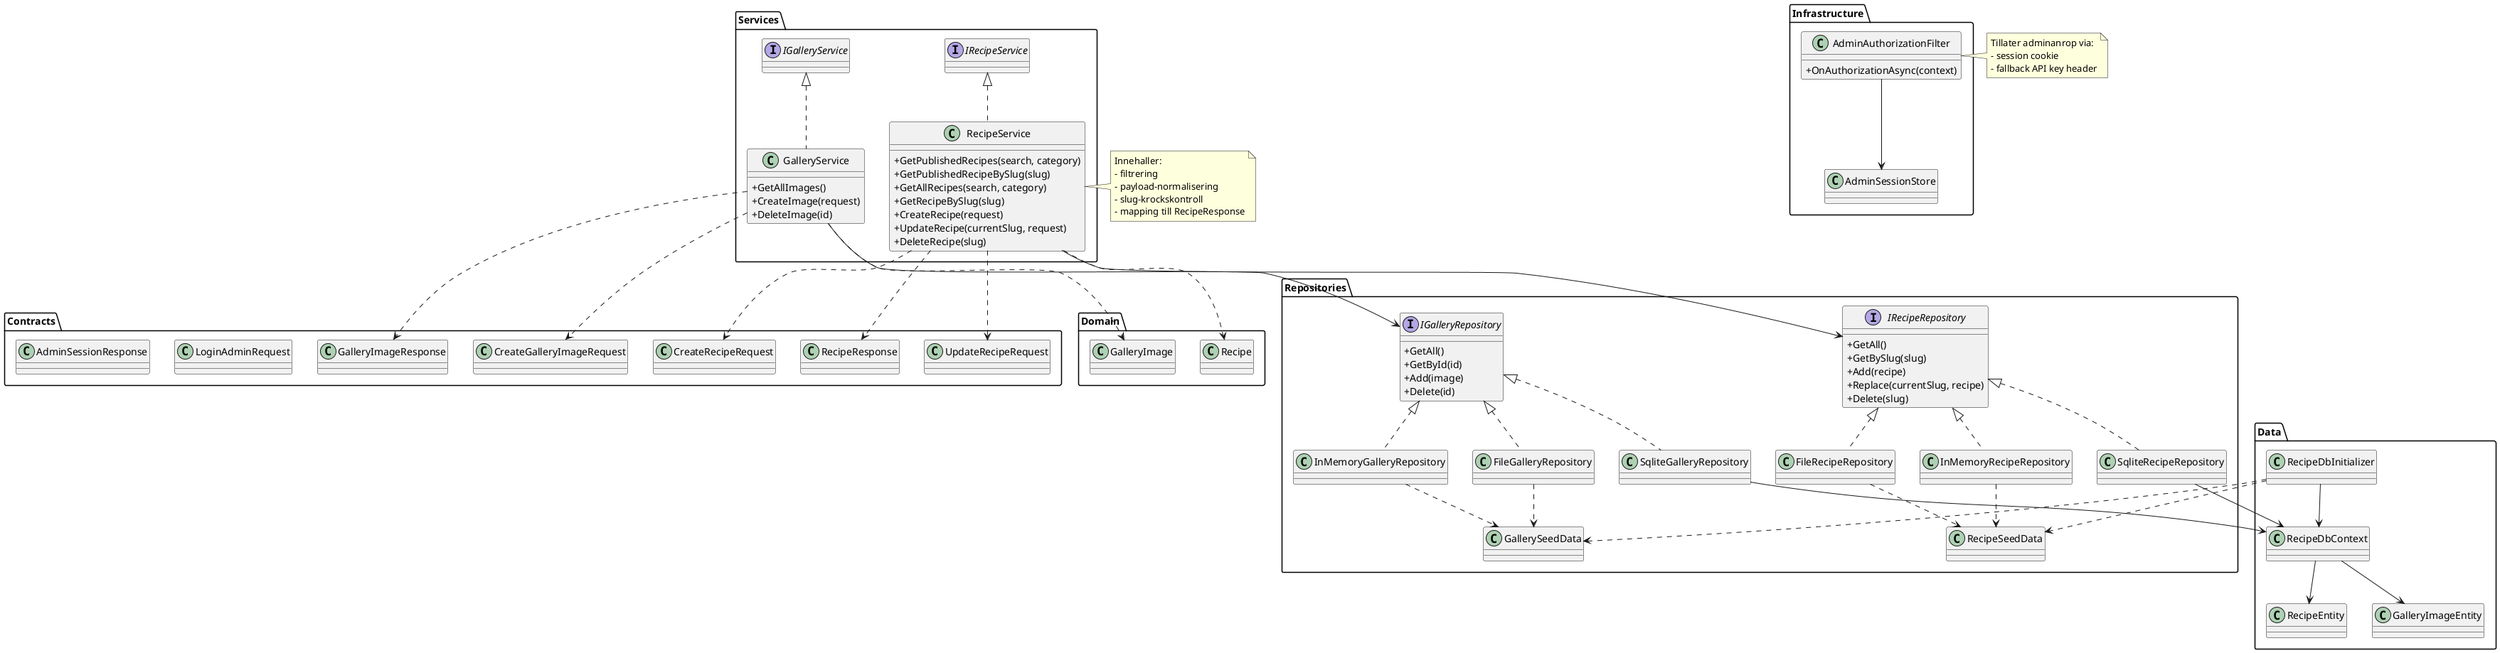
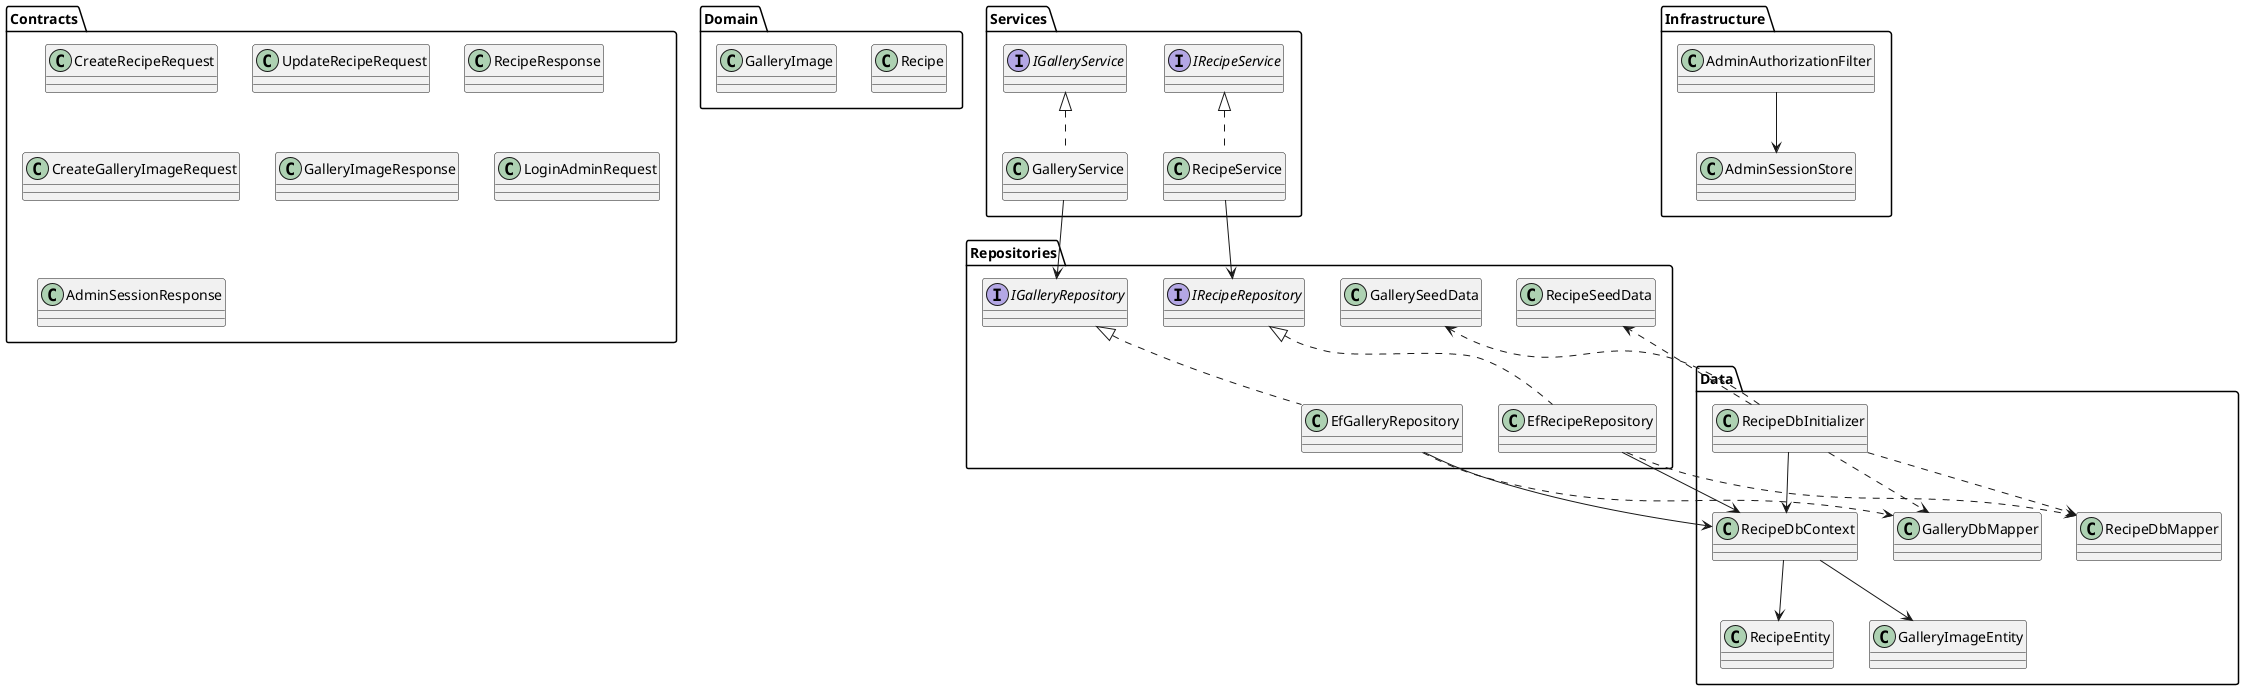
@startuml Backend class overview

skinparam classAttributeIconSize 0

package "Contracts" {
  class CreateRecipeRequest
  class UpdateRecipeRequest
  class RecipeResponse
  class CreateGalleryImageRequest
  class GalleryImageResponse
  class LoginAdminRequest
  class AdminSessionResponse
}

package "Domain" {
  class Recipe
  class GalleryImage
}

package "Services" {
  interface IRecipeService
-   class RecipeService {
-     +GetPublishedRecipes(search, category)
-     +GetPublishedRecipeBySlug(slug)
-     +GetAllRecipes(search, category)
-     +GetRecipeBySlug(slug)
-     +CreateRecipe(request)
-     +UpdateRecipe(currentSlug, request)
-     +DeleteRecipe(slug)
-   }
- 
+   class RecipeService
  interface IGalleryService
-   class GalleryService {
-     +GetAllImages()
-     +CreateImage(request)
-     +DeleteImage(id)
-   }
+   class GalleryService
}

package "Infrastructure" {
-   class AdminAuthorizationFilter {
-     +OnAuthorizationAsync(context)
-   }
+   class AdminAuthorizationFilter
  class AdminSessionStore
}

package "Repositories" {
-   interface IRecipeRepository {
-     +GetAll()
-     +GetBySlug(slug)
-     +Add(recipe)
-     +Replace(currentSlug, recipe)
-     +Delete(slug)
-   }
- 
-   class InMemoryRecipeRepository
-   class FileRecipeRepository
-   class SqliteRecipeRepository
+   interface IRecipeRepository
+   class EfRecipeRepository
  class RecipeSeedData

-   interface IGalleryRepository {
-     +GetAll()
-     +GetById(id)
-     +Add(image)
-     +Delete(id)
-   }
- 
-   class InMemoryGalleryRepository
-   class FileGalleryRepository
-   class SqliteGalleryRepository
+   interface IGalleryRepository
+   class EfGalleryRepository
  class GallerySeedData
}

package "Data" {
  class RecipeDbContext
  class RecipeDbInitializer
  class RecipeEntity
  class GalleryImageEntity
+   class RecipeDbMapper
+   class GalleryDbMapper
}

IRecipeService <|.. RecipeService
+ IGalleryService <|.. GalleryService
+ 
RecipeService --> IRecipeRepository
- RecipeService ..> CreateRecipeRequest
- RecipeService ..> UpdateRecipeRequest
- RecipeService ..> RecipeResponse
- RecipeService ..> Recipe
+ GalleryService --> IGalleryRepository

- IGalleryService <|.. GalleryService
- GalleryService --> IGalleryRepository
- GalleryService ..> CreateGalleryImageRequest
- GalleryService ..> GalleryImageResponse
- GalleryService ..> GalleryImage
+ IRecipeRepository <|.. EfRecipeRepository
+ IGalleryRepository <|.. EfGalleryRepository

- AdminAuthorizationFilter --> AdminSessionStore
+ EfRecipeRepository --> RecipeDbContext
+ EfGalleryRepository --> RecipeDbContext
+ EfRecipeRepository ..> RecipeDbMapper
+ EfGalleryRepository ..> GalleryDbMapper

- IRecipeRepository <|.. InMemoryRecipeRepository
- IRecipeRepository <|.. FileRecipeRepository
- IRecipeRepository <|.. SqliteRecipeRepository
- 
- IGalleryRepository <|.. InMemoryGalleryRepository
- IGalleryRepository <|.. FileGalleryRepository
- IGalleryRepository <|.. SqliteGalleryRepository
- 
- InMemoryRecipeRepository ..> RecipeSeedData
- FileRecipeRepository ..> RecipeSeedData
- SqliteRecipeRepository --> RecipeDbContext
- InMemoryGalleryRepository ..> GallerySeedData
- FileGalleryRepository ..> GallerySeedData
- SqliteGalleryRepository --> RecipeDbContext
RecipeDbInitializer --> RecipeDbContext
RecipeDbInitializer ..> RecipeSeedData
RecipeDbInitializer ..> GallerySeedData
+ RecipeDbInitializer ..> RecipeDbMapper
+ RecipeDbInitializer ..> GalleryDbMapper
+ 
RecipeDbContext --> RecipeEntity
RecipeDbContext --> GalleryImageEntity
- 
- note right of RecipeService
- Innehaller:
- - filtrering
- - payload-normalisering
- - slug-krockskontroll
- - mapping till RecipeResponse
- end note
- 
- note right of AdminAuthorizationFilter
- Tillater adminanrop via:
- - session cookie
- - fallback API key header
- end note
+ AdminAuthorizationFilter --> AdminSessionStore

@enduml
